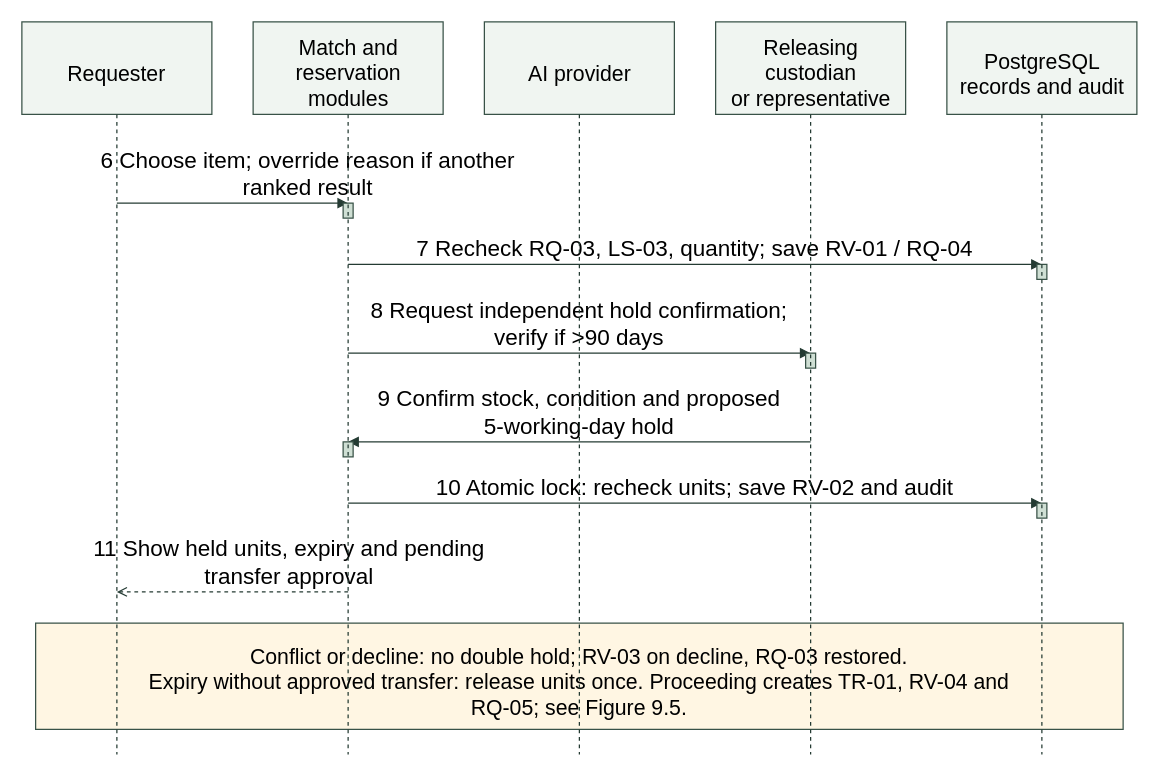
This is docs/phase45/diagrams/zayed/figure-9-4-match-reserve-part-2.drawio from duqins/ITS, a draw.io file, before an edit. Source tidied: cells renumbered, new cells numbered last; positions are measured from the earlier drawing's top-left corner, leaving out a move shared by most shapes. Both pictures are drawn from the tidied source at 125%, with x=0, y=0 at pixel (21, 21).
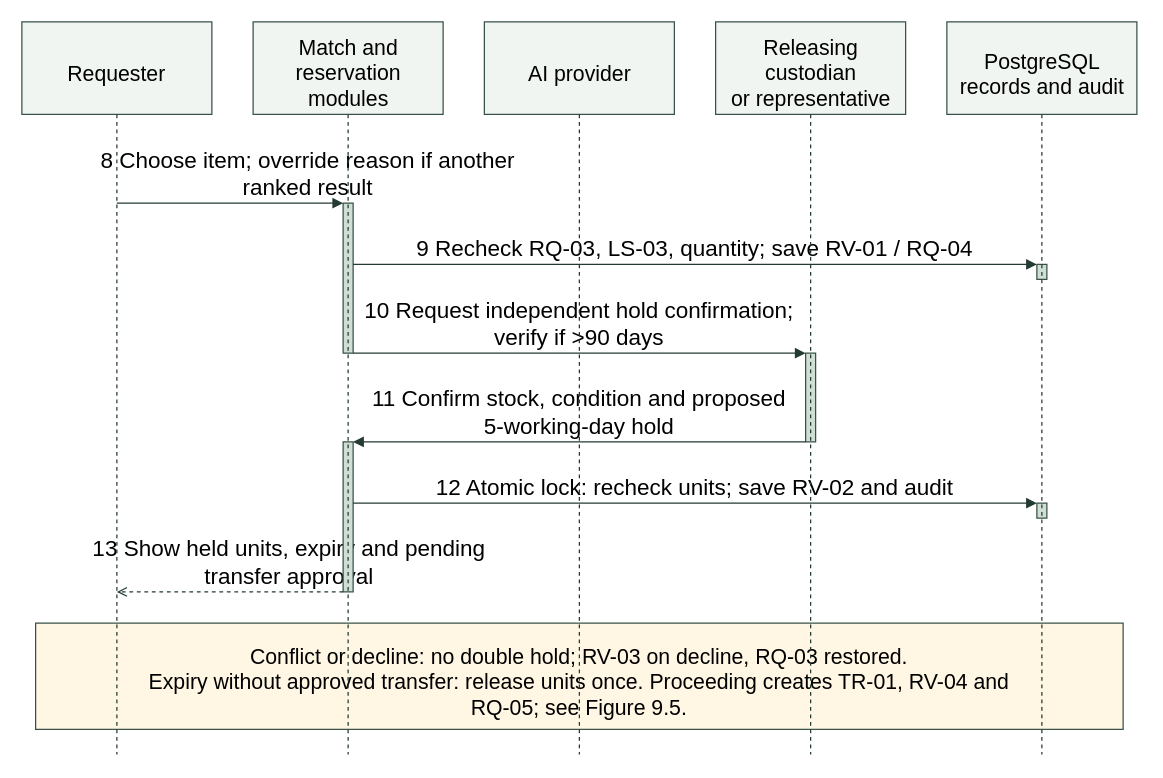
Above is the later version.

Change to the diagram source:
```diff
@@
-    <mxCell id="12" value="6 Choose item; override reason if another&#10;ranked result" style="text;strokeColor=none;fillColor=none;align=center;fontSize=18;fontFamily=Arial;whiteSpace=wrap;html=0;" parent="1" vertex="1">
+    <mxCell id="12" value="8 Choose item; override reason if another&#10;ranked result" style="text;strokeColor=none;fillColor=none;align=center;fontSize=18;labelBackgroundColor=#ffffff;fontFamily=Arial;whiteSpace=wrap;html=0;" parent="1" vertex="1">
       <mxGeometry x="26" y="94" width="405.9" height="45" as="geometry" />
     </mxCell>
-    <mxCell id="13" style="edgeStyle=none;rounded=0;strokeColor=#243b33;endArrow=block;endFill=1;dashed=0;" parent="1" edge="1">
-      <mxGeometry relative="1" as="geometry">
-        <mxPoint x="76" y="145" as="sourcePoint" />
-        <mxPoint x="261" y="145" as="targetPoint" />
-      </mxGeometry>
+    <mxCell id="13" value="9 Recheck RQ-03, LS-03, quantity; save RV-01 / RQ-04" style="text;strokeColor=none;fillColor=none;align=center;fontSize=18;labelBackgroundColor=#ffffff;fontFamily=Arial;whiteSpace=wrap;html=0;" parent="1" vertex="1">
+      <mxGeometry x="281.1" y="165" width="514.8" height="22.5" as="geometry" />
     </mxCell>
-    <mxCell id="14" style="fillColor=#cfdfd4;strokeColor=#385247;align=center;verticalAlign=middle;fontFamily=Arial;fontSize=16;whiteSpace=wrap;html=0;" parent="1" vertex="1">
-      <mxGeometry x="257" y="145" width="8" height="12" as="geometry" />
+    <mxCell id="14" value="10 Request independent hold confirmation;&#10;verify if &gt;90 days" style="text;strokeColor=none;fillColor=none;align=center;fontSize=18;labelBackgroundColor=#ffffff;fontFamily=Arial;whiteSpace=wrap;html=0;" parent="1" vertex="1">
+      <mxGeometry x="243" y="214" width="405.9" height="45" as="geometry" />
     </mxCell>
-    <mxCell id="15" style="text;strokeColor=none;fillColor=none;align=center;fontSize=16;fontFamily=Arial;whiteSpace=wrap;html=0;" parent="1" vertex="1">
-      <mxGeometry x="261" y="140.4" height="20" as="geometry" />
+    <mxCell id="15" value="11 Confirm stock, condition and proposed&#10;5-working-day hold" style="text;strokeColor=none;fillColor=none;align=center;fontSize=18;labelBackgroundColor=#ffffff;fontFamily=Arial;whiteSpace=wrap;html=0;" parent="1" vertex="1">
+      <mxGeometry x="248" y="285" width="396" height="45" as="geometry" />
     </mxCell>
-    <mxCell id="16" value="7 Recheck RQ-03, LS-03, quantity; save RV-01 / RQ-04" style="text;strokeColor=none;fillColor=none;align=center;fontSize=18;fontFamily=Arial;whiteSpace=wrap;html=0;" parent="1" vertex="1">
-      <mxGeometry x="281.1" y="165" width="514.8" height="22.5" as="geometry" />
+    <mxCell id="16" value="12 Atomic lock: recheck units; save RV-02 and audit" style="text;strokeColor=none;fillColor=none;align=center;fontSize=18;labelBackgroundColor=#ffffff;fontFamily=Arial;whiteSpace=wrap;html=0;" parent="1" vertex="1">
+      <mxGeometry x="286" y="356" width="504.9" height="22.5" as="geometry" />
     </mxCell>
-    <mxCell id="17" style="edgeStyle=none;rounded=0;strokeColor=#243b33;endArrow=block;endFill=1;dashed=0;" parent="1" edge="1">
-      <mxGeometry relative="1" as="geometry">
-        <mxPoint x="261" y="194" as="sourcePoint" />
-        <mxPoint x="816" y="194" as="targetPoint" />
-      </mxGeometry>
+    <mxCell id="17" value="13 Show held units, expiry and pending&#10;transfer approval" style="text;strokeColor=none;fillColor=none;align=center;fontSize=18;labelBackgroundColor=#ffffff;fontFamily=Arial;whiteSpace=wrap;html=0;" parent="1" vertex="1">
+      <mxGeometry x="26" y="405" width="376.2" height="45" as="geometry" />
     </mxCell>
-    <mxCell id="18" style="fillColor=#cfdfd4;strokeColor=#385247;align=center;verticalAlign=middle;fontFamily=Arial;fontSize=16;whiteSpace=wrap;html=0;" parent="1" vertex="1">
-      <mxGeometry x="812" y="194" width="8" height="12" as="geometry" />
+    <mxCell id="18" style="fillColor=#fff6e3;strokeColor=#385247;align=center;verticalAlign=middle;fontFamily=Arial;fontSize=16;whiteSpace=wrap;html=0;" parent="1" vertex="1">
+      <mxGeometry x="11" y="481" width="870" height="85" as="geometry" />
     </mxCell>
-    <mxCell id="19" style="text;strokeColor=none;fillColor=none;align=center;fontSize=16;fontFamily=Arial;whiteSpace=wrap;html=0;" parent="1" vertex="1">
-      <mxGeometry x="816" y="189.4" height="20" as="geometry" />
+    <mxCell id="19" value="Conflict or decline: no double hold; RV-03 on decline, RQ-03 restored.&#10;Expiry without approved transfer: release units once. Proceeding creates TR-01, RV-04 and&#10;RQ-05; see Figure 9.5." style="text;strokeColor=none;fillColor=none;align=center;fontSize=17;fontFamily=Arial;whiteSpace=wrap;html=0;" parent="1" vertex="1">
+      <mxGeometry x="29.9" y="491.9" width="832.2" height="63.8" as="geometry" />
     </mxCell>
-    <mxCell id="20" value="8 Request independent hold confirmation;&#10;verify if &gt;90 days" style="text;strokeColor=none;fillColor=none;align=center;fontSize=18;fontFamily=Arial;whiteSpace=wrap;html=0;" parent="1" vertex="1">
-      <mxGeometry x="248" y="214" width="396" height="45" as="geometry" />
+    <mxCell id="20" style="fillColor=#cfdfd4;strokeColor=#385247;fontFamily=Arial;fontSize=16;whiteSpace=wrap;html=0;" parent="1" vertex="1">
+      <mxGeometry x="257" y="145" width="8" height="120" as="geometry" />
     </mxCell>
-    <mxCell id="21" style="edgeStyle=none;rounded=0;strokeColor=#243b33;endArrow=block;endFill=1;dashed=0;" parent="1" edge="1">
-      <mxGeometry relative="1" as="geometry">
-        <mxPoint x="261" y="265" as="sourcePoint" />
-        <mxPoint x="631" y="265" as="targetPoint" />
-      </mxGeometry>
+    <mxCell id="21" style="fillColor=#cfdfd4;strokeColor=#385247;fontFamily=Arial;fontSize=16;whiteSpace=wrap;html=0;" parent="1" vertex="1">
+      <mxGeometry x="812" y="194" width="8" height="12" as="geometry" />
     </mxCell>
-    <mxCell id="22" style="fillColor=#cfdfd4;strokeColor=#385247;align=center;verticalAlign=middle;fontFamily=Arial;fontSize=16;whiteSpace=wrap;html=0;" parent="1" vertex="1">
-      <mxGeometry x="627" y="265" width="8" height="12" as="geometry" />
+    <mxCell id="22" style="fillColor=#cfdfd4;strokeColor=#385247;fontFamily=Arial;fontSize=16;whiteSpace=wrap;html=0;" parent="1" vertex="1">
+      <mxGeometry x="257" y="336" width="8" height="120" as="geometry" />
     </mxCell>
-    <mxCell id="23" style="text;strokeColor=none;fillColor=none;align=center;fontSize=16;fontFamily=Arial;whiteSpace=wrap;html=0;" parent="1" vertex="1">
-      <mxGeometry x="631" y="260.4" height="20" as="geometry" />
+    <mxCell id="23" style="fillColor=#cfdfd4;strokeColor=#385247;fontFamily=Arial;fontSize=16;whiteSpace=wrap;html=0;" parent="1" vertex="1">
+      <mxGeometry x="812" y="385" width="8" height="12" as="geometry" />
     </mxCell>
-    <mxCell id="24" value="9 Confirm stock, condition and proposed&#10;5-working-day hold" style="text;strokeColor=none;fillColor=none;align=center;fontSize=18;fontFamily=Arial;whiteSpace=wrap;html=0;" parent="1" vertex="1">
-      <mxGeometry x="252.9" y="285" width="386.1" height="45" as="geometry" />
+    <mxCell id="24" style="fillColor=#cfdfd4;strokeColor=#385247;fontFamily=Arial;fontSize=16;whiteSpace=wrap;html=0;" parent="1" vertex="1">
+      <mxGeometry x="627" y="265" width="8" height="71" as="geometry" />
     </mxCell>
     <mxCell id="25" style="edgeStyle=none;rounded=0;strokeColor=#243b33;endArrow=block;endFill=1;dashed=0;" parent="1" edge="1">
       <mxGeometry relative="1" as="geometry">
-        <mxPoint x="631" y="336" as="sourcePoint" />
-        <mxPoint x="261" y="336" as="targetPoint" />
+        <mxPoint x="76" y="145" as="sourcePoint" />
+        <mxPoint x="257" y="145" as="targetPoint" />
       </mxGeometry>
     </mxCell>
-    <mxCell id="26" style="fillColor=#cfdfd4;strokeColor=#385247;align=center;verticalAlign=middle;fontFamily=Arial;fontSize=16;whiteSpace=wrap;html=0;" parent="1" vertex="1">
-      <mxGeometry x="257" y="336" width="8" height="12" as="geometry" />
+    <mxCell id="26" style="edgeStyle=none;rounded=0;strokeColor=#243b33;endArrow=block;endFill=1;dashed=0;" parent="1" edge="1">
+      <mxGeometry relative="1" as="geometry">
+        <mxPoint x="265" y="194" as="sourcePoint" />
+        <mxPoint x="812" y="194" as="targetPoint" />
+      </mxGeometry>
     </mxCell>
-    <mxCell id="27" style="text;strokeColor=none;fillColor=none;align=center;fontSize=16;fontFamily=Arial;whiteSpace=wrap;html=0;" parent="1" vertex="1">
-      <mxGeometry x="261" y="331.4" height="20" as="geometry" />
+    <mxCell id="27" style="edgeStyle=none;rounded=0;strokeColor=#243b33;endArrow=block;endFill=1;dashed=0;" parent="1" edge="1">
+      <mxGeometry relative="1" as="geometry">
+        <mxPoint x="265" y="265" as="sourcePoint" />
+        <mxPoint x="627" y="265" as="targetPoint" />
+      </mxGeometry>
     </mxCell>
-    <mxCell id="28" value="10 Atomic lock: recheck units; save RV-02 and audit" style="text;strokeColor=none;fillColor=none;align=center;fontSize=18;fontFamily=Arial;whiteSpace=wrap;html=0;" parent="1" vertex="1">
-      <mxGeometry x="286" y="356" width="504.9" height="22.5" as="geometry" />
+    <mxCell id="28" style="edgeStyle=none;rounded=0;strokeColor=#243b33;endArrow=block;endFill=1;dashed=0;" parent="1" edge="1">
+      <mxGeometry relative="1" as="geometry">
+        <mxPoint x="627" y="336" as="sourcePoint" />
+        <mxPoint x="265" y="336" as="targetPoint" />
+      </mxGeometry>
     </mxCell>
     <mxCell id="29" style="edgeStyle=none;rounded=0;strokeColor=#243b33;endArrow=block;endFill=1;dashed=0;" parent="1" edge="1">
       <mxGeometry relative="1" as="geometry">
-        <mxPoint x="261" y="385" as="sourcePoint" />
-        <mxPoint x="816" y="385" as="targetPoint" />
+        <mxPoint x="265" y="385" as="sourcePoint" />
+        <mxPoint x="812" y="385" as="targetPoint" />
       </mxGeometry>
     </mxCell>
-    <mxCell id="30" style="fillColor=#cfdfd4;strokeColor=#385247;align=center;verticalAlign=middle;fontFamily=Arial;fontSize=16;whiteSpace=wrap;html=0;" parent="1" vertex="1">
-      <mxGeometry x="812" y="385" width="8" height="12" as="geometry" />
+    <mxCell id="30" style="edgeStyle=none;rounded=0;strokeColor=#243b33;endArrow=open;endFill=0;dashed=1;" parent="1" edge="1">
+      <mxGeometry relative="1" as="geometry">
+        <mxPoint x="257" y="456" as="sourcePoint" />
+        <mxPoint x="76" y="456" as="targetPoint" />
+      </mxGeometry>
     </mxCell>
-    <mxCell id="31" style="text;strokeColor=none;fillColor=none;align=center;fontSize=16;fontFamily=Arial;whiteSpace=wrap;html=0;" parent="1" vertex="1">
-      <mxGeometry x="816" y="380.4" height="20" as="geometry" />
+    <mxCell id="31" style="edgeStyle=none;rounded=0;strokeColor=#243b33;endArrow=none;endFill=1;dashed=1;" parent="1" edge="1">
+      <mxGeometry relative="1" as="geometry">
+        <mxPoint x="76" y="74" as="sourcePoint" />
+        <mxPoint x="76" y="586" as="targetPoint" />
+      </mxGeometry>
     </mxCell>
-    <mxCell id="32" value="11 Show held units, expiry and pending&#10;transfer approval" style="text;strokeColor=none;fillColor=none;align=center;fontSize=18;fontFamily=Arial;whiteSpace=wrap;html=0;" parent="1" vertex="1">
-      <mxGeometry x="26" y="405" width="376.2" height="45" as="geometry" />
+    <mxCell id="32" style="edgeStyle=none;rounded=0;strokeColor=#243b33;endArrow=none;endFill=1;dashed=1;" parent="1" edge="1">
+      <mxGeometry relative="1" as="geometry">
+        <mxPoint x="261" y="74" as="sourcePoint" />
+        <mxPoint x="261" y="586" as="targetPoint" />
+      </mxGeometry>
     </mxCell>
-    <mxCell id="33" style="edgeStyle=none;rounded=0;strokeColor=#243b33;endArrow=open;endFill=0;dashed=1;" parent="1" edge="1">
+    <mxCell id="33" style="edgeStyle=none;rounded=0;strokeColor=#243b33;endArrow=none;endFill=1;dashed=1;" parent="1" edge="1">
       <mxGeometry relative="1" as="geometry">
-        <mxPoint x="261" y="456" as="sourcePoint" />
-        <mxPoint x="76" y="456" as="targetPoint" />
+        <mxPoint x="446" y="74" as="sourcePoint" />
+        <mxPoint x="446" y="586" as="targetPoint" />
       </mxGeometry>
     </mxCell>
-    <mxCell id="34" style="fillColor=#fff6e3;strokeColor=#385247;align=center;verticalAlign=middle;fontFamily=Arial;fontSize=16;whiteSpace=wrap;html=0;" parent="1" vertex="1">
-      <mxGeometry x="11" y="481" width="870" height="85" as="geometry" />
+    <mxCell id="34" style="edgeStyle=none;rounded=0;strokeColor=#243b33;endArrow=none;endFill=1;dashed=1;" parent="1" edge="1">
+      <mxGeometry relative="1" as="geometry">
+        <mxPoint x="631" y="74" as="sourcePoint" />
+        <mxPoint x="631" y="586" as="targetPoint" />
+      </mxGeometry>
     </mxCell>
-    <mxCell id="35" value="Conflict or decline: no double hold; RV-03 on decline, RQ-03 restored.&#10;Expiry without approved transfer: release units once. Proceeding creates TR-01, RV-04 and&#10;RQ-05; see Figure 9.5." style="text;strokeColor=none;fillColor=none;align=center;fontSize=17;fontFamily=Arial;whiteSpace=wrap;html=0;" parent="1" vertex="1">
-      <mxGeometry x="29.9" y="491.9" width="832.2" height="63.8" as="geometry" />
+    <mxCell id="35" style="edgeStyle=none;rounded=0;strokeColor=#243b33;endArrow=none;endFill=1;dashed=1;" parent="1" edge="1">
+      <mxGeometry relative="1" as="geometry">
+        <mxPoint x="816" y="74" as="sourcePoint" />
+        <mxPoint x="816" y="586" as="targetPoint" />
+      </mxGeometry>
     </mxCell>
-    <mxCell id="36" style="edgeStyle=none;rounded=0;strokeColor=#243b33;endArrow=none;endFill=1;dashed=1;" parent="1" edge="1">
-      <mxGeometry relative="1" as="geometry">
-        <mxPoint x="76" y="74" as="sourcePoint" />
-        <mxPoint x="76" y="586" as="targetPoint" />
-      </mxGeometry>
-    </mxCell>
-    <mxCell id="37" style="edgeStyle=none;rounded=0;strokeColor=#243b33;endArrow=none;endFill=1;dashed=1;" parent="1" edge="1">
-      <mxGeometry relative="1" as="geometry">
-        <mxPoint x="261" y="74" as="sourcePoint" />
-        <mxPoint x="261" y="586" as="targetPoint" />
-      </mxGeometry>
-    </mxCell>
-    <mxCell id="38" style="edgeStyle=none;rounded=0;strokeColor=#243b33;endArrow=none;endFill=1;dashed=1;" parent="1" edge="1">
-      <mxGeometry relative="1" as="geometry">
-        <mxPoint x="446" y="74" as="sourcePoint" />
-        <mxPoint x="446" y="586" as="targetPoint" />
-      </mxGeometry>
-    </mxCell>
-    <mxCell id="39" style="edgeStyle=none;rounded=0;strokeColor=#243b33;endArrow=none;endFill=1;dashed=1;" parent="1" edge="1">
-      <mxGeometry relative="1" as="geometry">
-        <mxPoint x="631" y="74" as="sourcePoint" />
-        <mxPoint x="631" y="586" as="targetPoint" />
-      </mxGeometry>
-    </mxCell>
-    <mxCell id="40" style="edgeStyle=none;rounded=0;strokeColor=#243b33;endArrow=none;endFill=1;dashed=1;" parent="1" edge="1">
-      <mxGeometry relative="1" as="geometry">
-        <mxPoint x="816" y="74" as="sourcePoint" />
-        <mxPoint x="816" y="586" as="targetPoint" />
-      </mxGeometry>
-    </mxCell>
```
